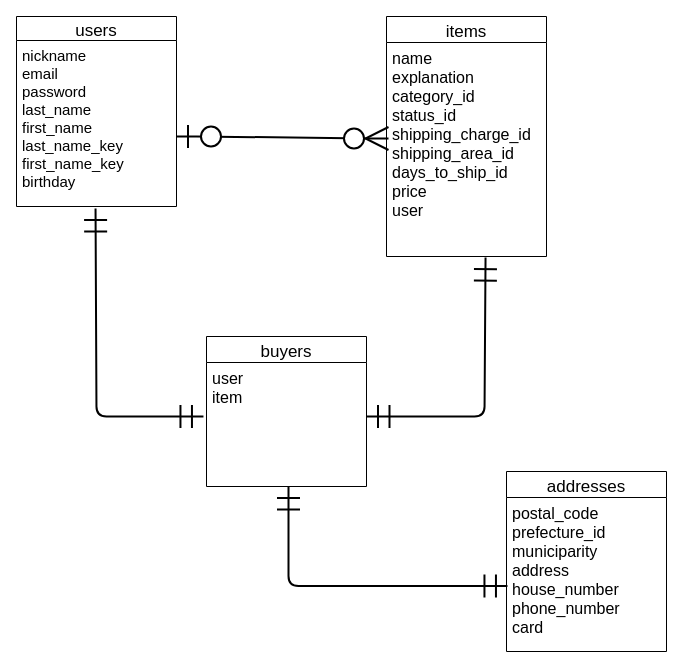
Earlier version of the draw.io diagram er.dio (tomomomoaki/furima-30607). Source tidied: cells renumbered, new cells numbered last; positions are measured from the earlier drawing's top-left corner, leaving out a move shared by most shapes. Both pictures are drawn from the tidied source at 100%, with x=0, y=0 at pixel (16, 16).
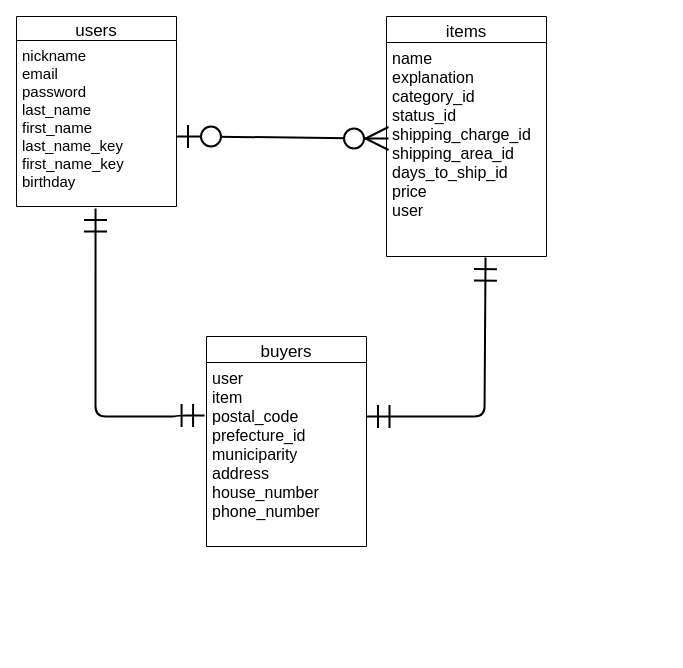
The same diagram, later.

The edit, as a diff of the source:
```diff
@@
 <mxGraphModel>
   <root>
     <mxCell id="0" />
     <mxCell id="1" parent="0" />
     <mxCell id="2" value="items" style="swimlane;fontStyle=0;horizontal=1;startSize=26;align=center;fontSize=17;" parent="1" vertex="1">
       <mxGeometry x="370" width="160" height="240" as="geometry" />
     </mxCell>
     <mxCell id="3" value="name&#10;explanation&#10;category_id&#10;status_id&#10;shipping_charge_id&#10;shipping_area_id&#10;days_to_ship_id&#10;price&#10;user" style="text;strokeColor=none;fillColor=none;spacingLeft=4;spacingRight=4;overflow=hidden;points=[[0,0.5],[1,0.5]];portConstraint=eastwest;fontSize=16;" parent="2" vertex="1">
       <mxGeometry y="26" width="160" height="214" as="geometry" />
     </mxCell>
     <mxCell id="4" value="users" style="swimlane;fontStyle=0;horizontal=1;startSize=24;align=center;fontSize=17;" parent="1" vertex="1">
       <mxGeometry width="160" height="190" as="geometry" />
     </mxCell>
     <mxCell id="5" value="nickname&#10;email&#10;password&#10;last_name&#10;first_name&#10;last_name_key&#10;first_name_key&#10;birthday&#10;" style="text;strokeColor=none;fillColor=none;spacingLeft=4;spacingRight=4;overflow=hidden;points=[[0,0.5],[1,0.5]];portConstraint=eastwest;fontSize=15;" parent="4" vertex="1">
       <mxGeometry y="24" width="160" height="166" as="geometry" />
     </mxCell>
     <mxCell id="6" style="edgeStyle=entityRelationEdgeStyle;fontSize=12;html=1;endArrow=ERzeroToMany;startArrow=ERzeroToOne;strokeWidth=2;targetPerimeterSpacing=0;jumpSize=8;endSize=20;startSize=20;" parent="1" edge="1">
       <mxGeometry relative="1" as="geometry">
         <mxPoint x="160" y="120" as="sourcePoint" />
         <mxPoint x="372" y="122" as="targetPoint" />
       </mxGeometry>
     </mxCell>
     <mxCell id="7" value="buyers" style="swimlane;fontStyle=0;horizontal=1;startSize=26;align=center;fontSize=17;direction=east;" parent="1" vertex="1">
-      <mxGeometry x="190" y="320" width="160" height="150" as="geometry" />
+      <mxGeometry x="190" y="320" width="160" height="210" as="geometry" />
     </mxCell>
-    <mxCell id="8" value="user&#10;item" style="text;strokeColor=none;fillColor=none;spacingLeft=4;spacingRight=4;overflow=hidden;points=[[0,0.5],[1,0.5]];portConstraint=eastwest;fontSize=16;" parent="7" vertex="1">
-      <mxGeometry y="26" width="160" height="124" as="geometry" />
+    <mxCell id="8" value="user&#10;item&#10;postal_code&#10;prefecture_id&#10;municiparity&#10;address&#10;house_number&#10;phone_number&#10;" style="text;strokeColor=none;fillColor=none;spacingLeft=4;spacingRight=4;overflow=hidden;points=[[0,0.5],[1,0.5]];portConstraint=eastwest;fontSize=16;" parent="7" vertex="1">
+      <mxGeometry y="26" width="160" height="184" as="geometry" />
     </mxCell>
-    <mxCell id="9" style="edgeStyle=orthogonalEdgeStyle;fontSize=12;html=1;endArrow=ERmandOne;startArrow=ERmandOne;strokeWidth=2;exitX=-0.019;exitY=0.435;exitDx=0;exitDy=0;exitPerimeter=0;endSize=20;startSize=20;entryX=0.494;entryY=1.012;entryDx=0;entryDy=0;entryPerimeter=0;" parent="1" edge="1" source="8" target="5">
+    <mxCell id="9" style="edgeStyle=orthogonalEdgeStyle;fontSize=12;html=1;endArrow=ERmandOne;startArrow=ERmandOne;strokeWidth=2;endSize=20;startSize=20;entryX=0.494;entryY=1.012;entryDx=0;entryDy=0;entryPerimeter=0;exitX=-0.012;exitY=0.288;exitDx=0;exitDy=0;exitPerimeter=0;" parent="1" edge="1" source="8" target="5">
       <mxGeometry relative="1" as="geometry">
         <Array as="points">
-          <mxPoint x="80" y="400" />
+          <mxPoint x="160" y="399" />
+          <mxPoint x="160" y="400" />
+          <mxPoint x="79" y="400" />
         </Array>
       </mxGeometry>
     </mxCell>
-    <mxCell id="10" value="addresses" style="swimlane;fontStyle=0;horizontal=1;startSize=26;align=center;fontSize=17;" parent="1" vertex="1">
-      <mxGeometry x="490" y="455" width="160" height="180" as="geometry" />
-    </mxCell>
-    <mxCell id="11" value="postal_code&#10;prefecture_id&#10;municiparity&#10;address&#10;house_number&#10;phone_number&#10;card&#10;" style="text;strokeColor=none;fillColor=none;spacingLeft=4;spacingRight=4;overflow=hidden;points=[[0,0.5],[1,0.5]];portConstraint=eastwest;fontSize=16;" parent="10" vertex="1">
-      <mxGeometry y="26" width="160" height="154" as="geometry" />
-    </mxCell>
     <mxCell id="12" style="edgeStyle=orthogonalEdgeStyle;fontSize=12;html=1;endArrow=ERmandOne;startArrow=ERmandOne;strokeWidth=2;entryX=0.619;entryY=1.005;entryDx=0;entryDy=0;entryPerimeter=0;endSize=20;startSize=20;" parent="1" edge="1" target="3">
       <mxGeometry relative="1" as="geometry">
         <mxPoint x="350" y="400" as="sourcePoint" />
         <Array as="points">
           <mxPoint x="468" y="400" />
         </Array>
       </mxGeometry>
     </mxCell>
-    <mxCell id="13" style="edgeStyle=orthogonalEdgeStyle;fontSize=12;html=1;endArrow=ERmandOne;startArrow=ERmandOne;strokeWidth=2;exitX=0.006;exitY=0.575;exitDx=0;exitDy=0;exitPerimeter=0;endSize=20;startSize=20;" parent="1" edge="1" source="11">
-      <mxGeometry relative="1" as="geometry">
-        <mxPoint x="272" y="470" as="targetPoint" />
-        <Array as="points">
-          <mxPoint x="272" y="570" />
-        </Array>
-      </mxGeometry>
-    </mxCell>
   </root>
 </mxGraphModel>
```
